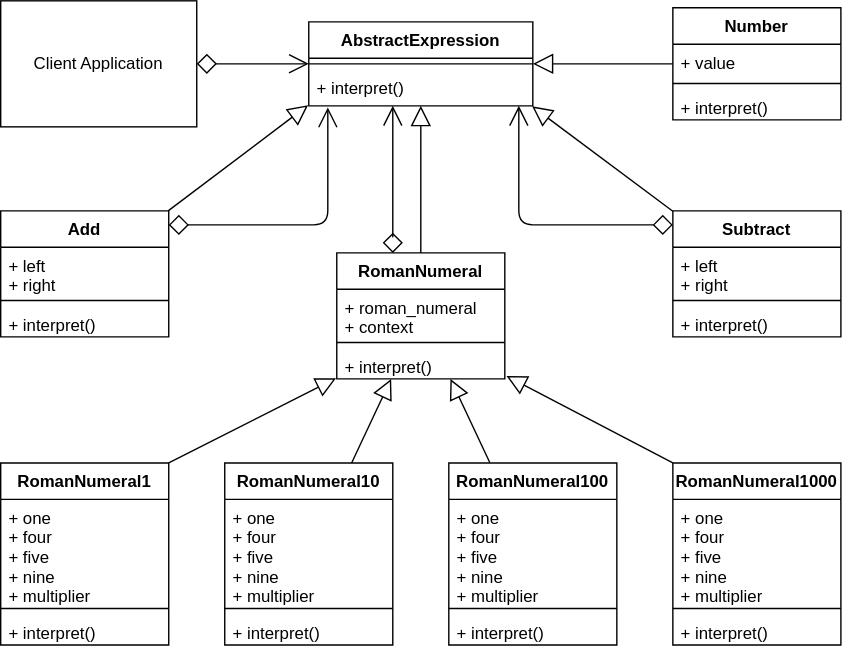
This is img/interpreter_example.svg from Sean-Bradley/Design-Patterns-In-Python, a draw.io export, as it was before one commit. Source tidied: cells renumbered, new cells last; positions are measured from the earlier drawing's top-left corner, leaving out a move shared by most shapes.
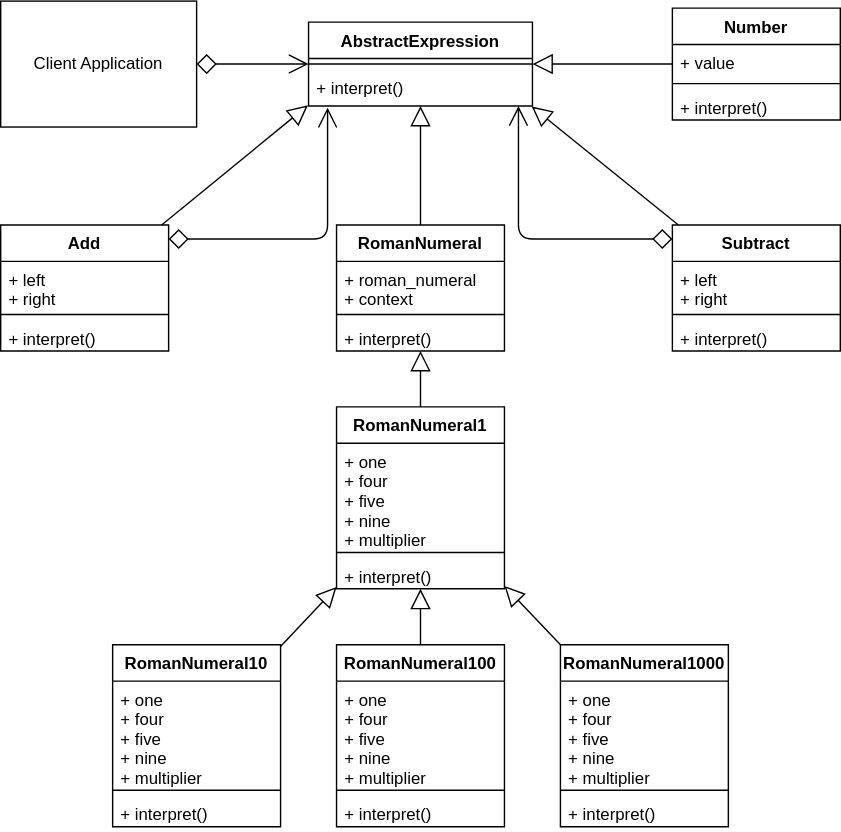
The same diagram one commit later.

Change to the diagram source:
```diff
@@ -18,7 +18,7 @@
       <mxGeometry y="34" width="160" height="26" as="geometry" />
     </mxCell>
     <mxCell id="7" value="Add" style="swimlane;fontStyle=1;align=center;verticalAlign=top;horizontal=1;startSize=26;" parent="1" vertex="1">
-      <mxGeometry y="150" width="120" height="90" as="geometry" />
+      <mxGeometry y="160" width="120" height="90" as="geometry" />
     </mxCell>
     <mxCell id="8" value="+ left&#10;+ right" style="text;strokeColor=none;fillColor=none;align=left;verticalAlign=top;spacingLeft=4;spacingRight=4;overflow=hidden;" parent="7" vertex="1">
       <mxGeometry y="26" width="120" height="34" as="geometry" />
@@ -47,7 +47,7 @@
     <mxCell id="16" style="endArrow=diamond;endFill=0;endSize=12;html=1;startArrow=open;startFill=0;startSize=12;edgeStyle=orthogonalEdgeStyle;" parent="1" edge="1" source="4" target="22">
       <mxGeometry relative="1" as="geometry">
         <Array as="points">
-          <mxPoint x="370" y="160" />
+          <mxPoint x="370" y="170" />
         </Array>
       </mxGeometry>
     </mxCell>
@@ -55,7 +55,7 @@
       <mxGeometry relative="1" as="geometry" />
     </mxCell>
     <mxCell id="18" value="RomanNumeral" style="swimlane;fontStyle=1;align=center;verticalAlign=top;horizontal=1;startSize=26;" parent="1" vertex="1">
-      <mxGeometry x="240" y="180" width="120" height="90" as="geometry" />
+      <mxGeometry x="240" y="160" width="120" height="90" as="geometry" />
     </mxCell>
     <mxCell id="19" value="+ roman_numeral&#10;+ context" style="text;strokeColor=none;fillColor=none;align=left;verticalAlign=top;spacingLeft=4;spacingRight=4;overflow=hidden;" parent="18" vertex="1">
       <mxGeometry y="26" width="120" height="34" as="geometry" />
@@ -67,7 +67,7 @@
       <mxGeometry y="68" width="120" height="22" as="geometry" />
     </mxCell>
     <mxCell id="22" value="Subtract" style="swimlane;fontStyle=1;align=center;verticalAlign=top;horizontal=1;startSize=26;" parent="1" vertex="1">
-      <mxGeometry x="480" y="150" width="120" height="90" as="geometry" />
+      <mxGeometry x="480" y="160" width="120" height="90" as="geometry" />
     </mxCell>
     <mxCell id="23" value="+ left&#10;+ right" style="text;strokeColor=none;fillColor=none;align=left;verticalAlign=top;spacingLeft=4;spacingRight=4;overflow=hidden;" parent="22" vertex="1">
       <mxGeometry y="26" width="120" height="34" as="geometry" />
@@ -79,7 +79,7 @@
       <mxGeometry y="68" width="120" height="22" as="geometry" />
     </mxCell>
     <mxCell id="26" value="RomanNumeral1" style="swimlane;fontStyle=1;align=center;verticalAlign=top;horizontal=1;startSize=26;" parent="1" vertex="1">
-      <mxGeometry y="330" width="120" height="130" as="geometry" />
+      <mxGeometry x="240" y="290" width="120" height="130" as="geometry" />
     </mxCell>
     <mxCell id="27" value="+ one&#10;+ four&#10;+ five&#10;+ nine&#10;+ multiplier" style="text;strokeColor=none;fillColor=none;align=left;verticalAlign=top;spacingLeft=4;spacingRight=4;overflow=hidden;" parent="26" vertex="1">
       <mxGeometry y="26" width="120" height="74" as="geometry" />
@@ -91,7 +91,7 @@
       <mxGeometry y="108" width="120" height="22" as="geometry" />
     </mxCell>
     <mxCell id="30" value="RomanNumeral1000" style="swimlane;fontStyle=1;align=center;verticalAlign=top;horizontal=1;startSize=26;" parent="1" vertex="1">
-      <mxGeometry x="480" y="330" width="120" height="130" as="geometry" />
+      <mxGeometry x="400" y="460" width="120" height="130" as="geometry" />
     </mxCell>
     <mxCell id="31" value="+ one&#10;+ four&#10;+ five&#10;+ nine&#10;+ multiplier" style="text;strokeColor=none;fillColor=none;align=left;verticalAlign=top;spacingLeft=4;spacingRight=4;overflow=hidden;" parent="30" vertex="1">
       <mxGeometry y="26" width="120" height="74" as="geometry" />
@@ -102,13 +102,13 @@
     <mxCell id="33" value="+ interpret()" style="text;strokeColor=none;fillColor=none;align=left;verticalAlign=top;spacingLeft=4;spacingRight=4;overflow=hidden;" parent="30" vertex="1">
       <mxGeometry y="108" width="120" height="22" as="geometry" />
     </mxCell>
-    <mxCell id="34" style="rounded=0;jettySize=auto;html=1;endArrow=block;endFill=0;startSize=12;endSize=12;startArrow=none;startFill=0;exitX=1;exitY=0;exitDx=0;exitDy=0;entryX=-0.004;entryY=0.977;entryDx=0;entryDy=0;entryPerimeter=0;" parent="1" edge="1" source="26" target="21">
+    <mxCell id="34" style="rounded=0;jettySize=auto;html=1;endArrow=block;endFill=0;startSize=12;endSize=12;startArrow=none;startFill=0;" parent="1" edge="1" source="26" target="18">
       <mxGeometry relative="1" as="geometry" />
     </mxCell>
-    <mxCell id="35" style="rounded=0;jettySize=auto;html=1;endArrow=block;endFill=0;startSize=12;endSize=12;startArrow=none;startFill=0;" parent="1" edge="1" source="43" target="18">
+    <mxCell id="35" style="rounded=0;jettySize=auto;html=1;endArrow=block;endFill=0;startSize=12;endSize=12;startArrow=none;startFill=0;" parent="1" edge="1" source="43" target="26">
       <mxGeometry relative="1" as="geometry" />
     </mxCell>
-    <mxCell id="36" style="rounded=0;jettySize=auto;html=1;endArrow=block;endFill=0;startSize=12;endSize=12;startArrow=none;startFill=0;" parent="1" edge="1" source="39" target="18">
+    <mxCell id="36" style="rounded=0;jettySize=auto;html=1;endArrow=block;endFill=0;startSize=12;endSize=12;startArrow=none;startFill=0;" parent="1" edge="1" source="39" target="26">
       <mxGeometry relative="1" as="geometry" />
     </mxCell>
     <mxCell id="37" style="rounded=0;jettySize=auto;html=1;endArrow=block;endFill=0;startSize=12;endSize=12;startArrow=none;startFill=0;entryX=0.997;entryY=1.013;entryDx=0;entryDy=0;entryPerimeter=0;" parent="1" edge="1" source="22" target="6">
@@ -118,7 +118,7 @@
       <mxGeometry relative="1" as="geometry" />
     </mxCell>
     <mxCell id="39" value="RomanNumeral10" style="swimlane;fontStyle=1;align=center;verticalAlign=top;horizontal=1;startSize=26;" parent="1" vertex="1">
-      <mxGeometry x="160" y="330" width="120" height="130" as="geometry" />
+      <mxGeometry x="80" y="460" width="120" height="130" as="geometry" />
     </mxCell>
     <mxCell id="40" value="+ one&#10;+ four&#10;+ five&#10;+ nine&#10;+ multiplier" style="text;strokeColor=none;fillColor=none;align=left;verticalAlign=top;spacingLeft=4;spacingRight=4;overflow=hidden;" parent="39" vertex="1">
       <mxGeometry y="26" width="120" height="74" as="geometry" />
@@ -130,7 +130,7 @@
       <mxGeometry y="108" width="120" height="22" as="geometry" />
     </mxCell>
     <mxCell id="43" value="RomanNumeral100" style="swimlane;fontStyle=1;align=center;verticalAlign=top;horizontal=1;startSize=26;" parent="1" vertex="1">
-      <mxGeometry x="320" y="330" width="120" height="130" as="geometry" />
+      <mxGeometry x="240" y="460" width="120" height="130" as="geometry" />
     </mxCell>
     <mxCell id="44" value="+ one&#10;+ four&#10;+ five&#10;+ nine&#10;+ multiplier" style="text;strokeColor=none;fillColor=none;align=left;verticalAlign=top;spacingLeft=4;spacingRight=4;overflow=hidden;" parent="43" vertex="1">
       <mxGeometry y="26" width="120" height="74" as="geometry" />
@@ -141,23 +141,15 @@
     <mxCell id="46" value="+ interpret()" style="text;strokeColor=none;fillColor=none;align=left;verticalAlign=top;spacingLeft=4;spacingRight=4;overflow=hidden;" parent="43" vertex="1">
       <mxGeometry y="108" width="120" height="22" as="geometry" />
     </mxCell>
-    <mxCell id="47" style="rounded=0;jettySize=auto;html=1;endArrow=block;endFill=0;startSize=12;endSize=12;startArrow=none;startFill=0;exitX=0;exitY=0;exitDx=0;exitDy=0;entryX=1.01;entryY=0.902;entryDx=0;entryDy=0;entryPerimeter=0;" parent="1" edge="1" source="30" target="21">
+    <mxCell id="47" style="rounded=0;jettySize=auto;html=1;endArrow=block;endFill=0;startSize=12;endSize=12;startArrow=none;startFill=0;exitX=0;exitY=0;exitDx=0;exitDy=0;" parent="1" edge="1" source="30" target="26">
       <mxGeometry relative="1" as="geometry" />
     </mxCell>
     <mxCell id="48" style="endArrow=diamond;endFill=0;endSize=12;html=1;startArrow=open;startFill=0;startSize=12;edgeStyle=orthogonalEdgeStyle;exitX=0.085;exitY=1.045;exitDx=0;exitDy=0;exitPerimeter=0;" parent="1" edge="1" source="6" target="7">
       <mxGeometry relative="1" as="geometry">
         <Array as="points">
-          <mxPoint x="234" y="160" />
+          <mxPoint x="234" y="170" />
         </Array>
       </mxGeometry>
     </mxCell>
-    <mxCell id="49" style="endArrow=diamond;endFill=0;endSize=12;html=1;startArrow=open;startFill=0;startSize=12;edgeStyle=orthogonalEdgeStyle;" parent="1" edge="1" source="4" target="18">
-      <mxGeometry relative="1" as="geometry">
-        <Array as="points">
-          <mxPoint x="280" y="170" />
-          <mxPoint x="280" y="170" />
-        </Array>
-      </mxGeometry>
-    </mxCell>
   </root>
 </mxGraphModel>
```
